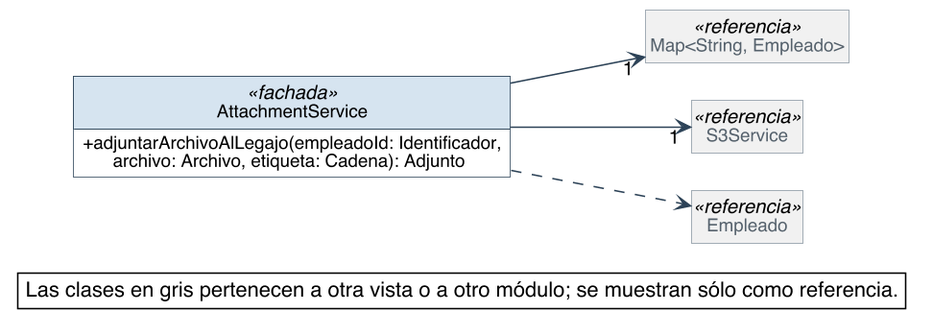
Nahuelito-Dev/splg-docs keeps this PlantUML diagram as diagramas/clases-diseno/DC_Mod_Adjuntos.png. Above is the earlier version.
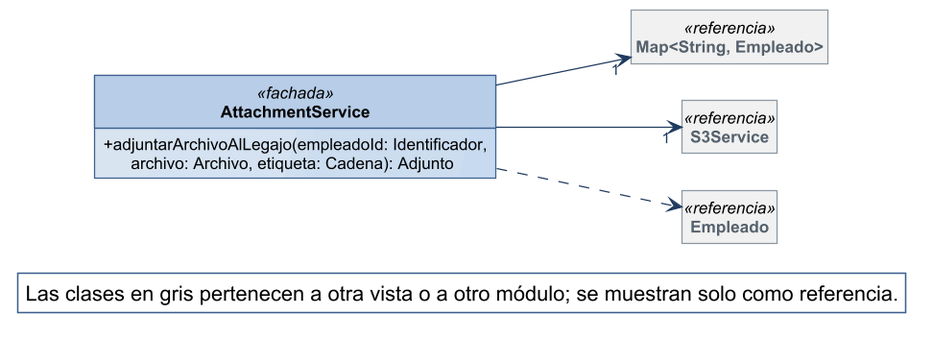
After the commit.

What changed in the source:
```diff
@@ -1,59 +1,29 @@
 @startuml
-skinparam backgroundColor #FFFFFF
-skinparam shadowing false
-skinparam defaultFontName Helvetica
-skinparam defaultFontSize 13
-skinparam dpi 150
+!include ../estilo-vp.iuml
 skinparam nodesep 40
 skinparam ranksep 55
-skinparam classAttributeIconSize 0
-skinparam roundCorner 0
 skinparam genericDisplay old
-skinparam class {
-  BorderColor #2C4257
-  BackgroundColor #FFFFFF
-  ArrowColor #2C4257
-  FontSize 14
-  AttributeFontSize 12
-  HeaderBackgroundColor #E8EEF3
-}
 skinparam class<<referencia>> {
   BackgroundColor #F1F1F1
   BorderColor #8A97A3
   FontColor #55616C
 }
 skinparam class<<fachada>> {
-  HeaderBackgroundColor #D6E4F0
+  HeaderBackgroundColor #B7CDE8
 }
 skinparam class<<controlador>> {
-  HeaderBackgroundColor #D6E4F0
+  HeaderBackgroundColor #B7CDE8
 }
 skinparam class<<fabricación pura>> {
-  HeaderBackgroundColor #F3E9CF
+  HeaderBackgroundColor #E4ECF6
 }
 skinparam class<<colección>> {
   HeaderBackgroundColor #E6E6E6
 }
 skinparam class<<adaptador>> {
-  HeaderBackgroundColor #DCEBDD
-}
-skinparam interface {
-  BorderColor #2C4257
-  BackgroundColor #FFFFFF
-  HeaderBackgroundColor #DCEBDD
-  FontSize 14
-  AttributeFontSize 12
-}
-skinparam note {
-  BackgroundColor #FFFFFF
-  BorderColor #2C4257
+  HeaderBackgroundColor #D5E3F3
 }
 skinparam packageStyle rectangle
-skinparam package {
-  BorderColor #8A97A3
-  FontSize 13
-  FontColor #55616C
-}
 hide circle
 hide empty members
 
@@ -72,6 +42,6 @@
 AttachmentService ..> Empleado
 
 legend bottom right
-  Las clases en gris pertenecen a otra vista o a otro módulo; se muestran sólo como referencia.
+  Las clases en gris pertenecen a otra vista o a otro módulo; se muestran solo como referencia.
 endlegend
 @enduml
```
